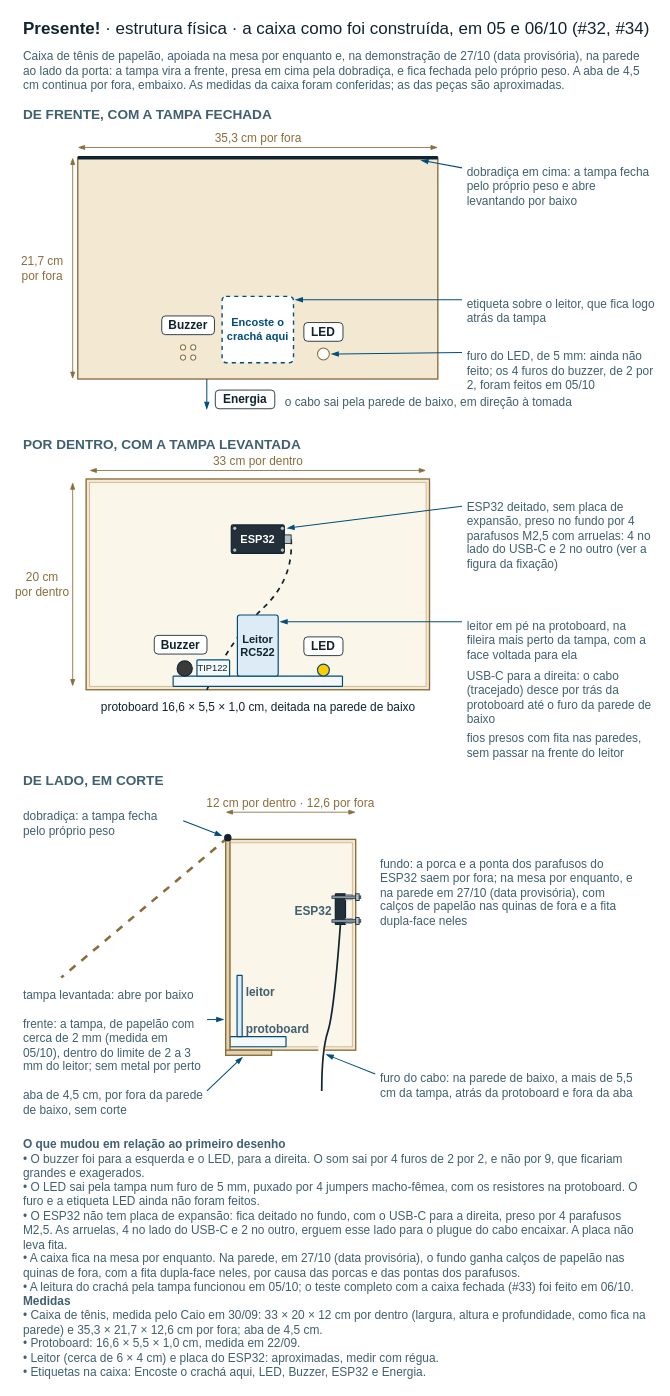
This is docs/estrutura-fisica.drawio from caioplaninschek/presente, a draw.io file, before an edit. Source tidied: cells renumbered, new cells numbered last; positions are measured from the earlier drawing's top-left corner, leaving out a move shared by most shapes. Both pictures are drawn from the tidied source at 85%, with x=0, y=0 at pixel (14, 14).
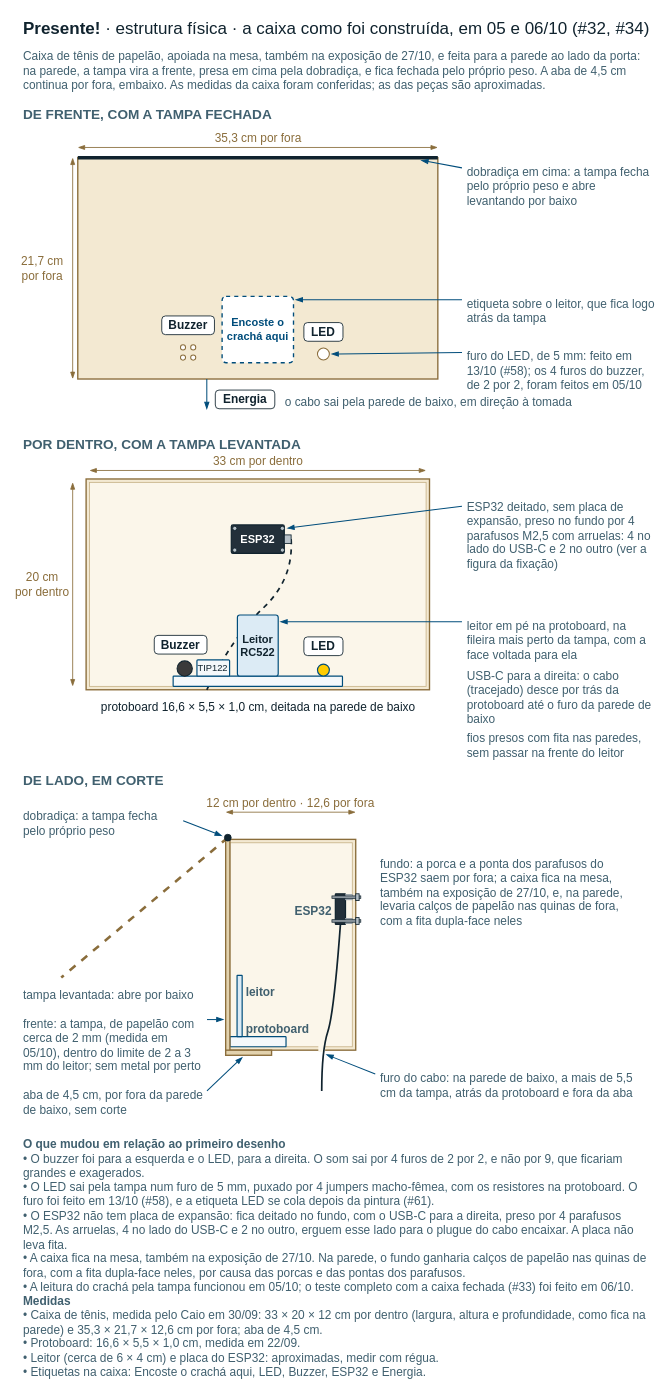
The same diagram, later.

What changed in the source:
```diff
@@
-    <mxCell id="3" value="Caixa de tênis de papelão, apoiada na mesa por enquanto e, na demonstração de 27/10 (data provisória), na parede ao lado da porta: a tampa vira a frente, presa em cima pela dobradiça, e fica fechada pelo próprio peso. A aba de 4,5 cm continua por fora, embaixo. As medidas da caixa foram conferidas; as das peças são aproximadas." style="text;html=1;whiteSpace=wrap;align=left;verticalAlign=top;fontSize=14;fontColor=#40606F;fontFamily=Calibri;" parent="1" vertex="1">
+    <mxCell id="3" value="Caixa de tênis de papelão, apoiada na mesa, também na exposição de 27/10, e feita para a parede ao lado da porta: na parede, a tampa vira a frente, presa em cima pela dobradiça, e fica fechada pelo próprio peso. A aba de 4,5 cm continua por fora, embaixo. As medidas da caixa foram conferidas; as das peças são aproximadas." style="text;html=1;whiteSpace=wrap;align=left;verticalAlign=top;fontSize=14;fontColor=#40606F;fontFamily=Calibri;" parent="1" vertex="1">
       <mxGeometry x="8" y="34" width="740" height="60" as="geometry" />
     </mxCell>
@@
-    <mxCell id="26" value="furo do LED, de 5 mm: ainda não feito; os 4 furos do buzzer, de 2 por 2, foram feitos em 05/10" style="text;html=1;whiteSpace=wrap;align=left;verticalAlign=top;fontSize=14;fontColor=#40606F;fontFamily=Calibri;" parent="1" vertex="1">
+    <mxCell id="26" value="furo do LED, de 5 mm: feito em 13/10 (#58); os 4 furos do buzzer, de 2 por 2, foram feitos em 05/10" style="text;html=1;whiteSpace=wrap;align=left;verticalAlign=top;fontSize=14;fontColor=#40606F;fontFamily=Calibri;" parent="1" vertex="1">
       <mxGeometry x="530" y="387.2" width="224" height="64" as="geometry" />
     </mxCell>
@@
-    <mxCell id="85" value="fundo: a porca e a ponta dos parafusos do ESP32 saem por fora; na mesa por enquanto, e na parede em 27/10 (data provisória), com calços de papelão nas quinas de fora e a fita dupla-face neles" style="text;html=1;whiteSpace=wrap;align=left;verticalAlign=top;fontSize=14;fontColor=#40606F;fontFamily=Calibri;" parent="1" vertex="1">
+    <mxCell id="85" value="fundo: a porca e a ponta dos parafusos do ESP32 saem por fora; a caixa fica na mesa, também na exposição de 27/10, e, na parede, levaria calços de papelão nas quinas de fora, com a fita dupla-face neles" style="text;html=1;whiteSpace=wrap;align=left;verticalAlign=top;fontSize=14;fontColor=#40606F;fontFamily=Calibri;" parent="1" vertex="1">
       <mxGeometry x="428" y="984" width="310" height="64" as="geometry" />
     </mxCell>
@@
-    <mxCell id="88" value="&lt;b&gt;O que mudou em relação ao primeiro desenho&lt;/b&gt;&lt;br&gt;• O buzzer foi para a esquerda e o LED, para a direita. O som sai por 4 furos de 2 por 2, e não por 9, que ficariam grandes e exagerados.&lt;br&gt;• O LED sai pela tampa num furo de 5 mm, puxado por 4 jumpers macho-fêmea, com os resistores na protoboard. O furo e a etiqueta LED ainda não foram feitos.&lt;br&gt;• O ESP32 não tem placa de expansão: fica deitado no fundo, com o USB-C para a direita, preso por 4 parafusos M2,5. As arruelas, 4 no lado do USB-C e 2 no outro, erguem esse lado para o plugue do cabo encaixar. A placa não leva fita.&lt;br&gt;• A caixa fica na mesa por enquanto. Na parede, em 27/10 (data provisória), o fundo ganha calços de papelão nas quinas de fora, com a fita dupla-face neles, por causa das porcas e das pontas dos parafusos.&lt;br&gt;• A leitura do crachá pela tampa funcionou em 05/10; o teste completo com a caixa fechada (#33) foi feito em 06/10." style="text;html=1;whiteSpace=wrap;align=left;verticalAlign=top;fontSize=14;fontColor=#40606F;fontFamily=Calibri;" parent="1" vertex="1">
+    <mxCell id="88" value="&lt;b&gt;O que mudou em relação ao primeiro desenho&lt;/b&gt;&lt;br&gt;• O buzzer foi para a esquerda e o LED, para a direita. O som sai por 4 furos de 2 por 2, e não por 9, que ficariam grandes e exagerados.&lt;br&gt;• O LED sai pela tampa num furo de 5 mm, puxado por 4 jumpers macho-fêmea, com os resistores na protoboard. O furo foi feito em 13/10 (#58), e a etiqueta LED se cola depois da pintura (#61).&lt;br&gt;• O ESP32 não tem placa de expansão: fica deitado no fundo, com o USB-C para a direita, preso por 4 parafusos M2,5. As arruelas, 4 no lado do USB-C e 2 no outro, erguem esse lado para o plugue do cabo encaixar. A placa não leva fita.&lt;br&gt;• A caixa fica na mesa, também na exposição de 27/10. Na parede, o fundo ganharia calços de papelão nas quinas de fora, com a fita dupla-face neles, por causa das porcas e das pontas dos parafusos.&lt;br&gt;• A leitura do crachá pela tampa funcionou em 05/10; o teste completo com a caixa fechada (#33) foi feito em 06/10." style="text;html=1;whiteSpace=wrap;align=left;verticalAlign=top;fontSize=14;fontColor=#40606F;fontFamily=Calibri;" parent="1" vertex="1">
       <mxGeometry x="8" y="1314" width="740" height="176" as="geometry" />
     </mxCell>
```
